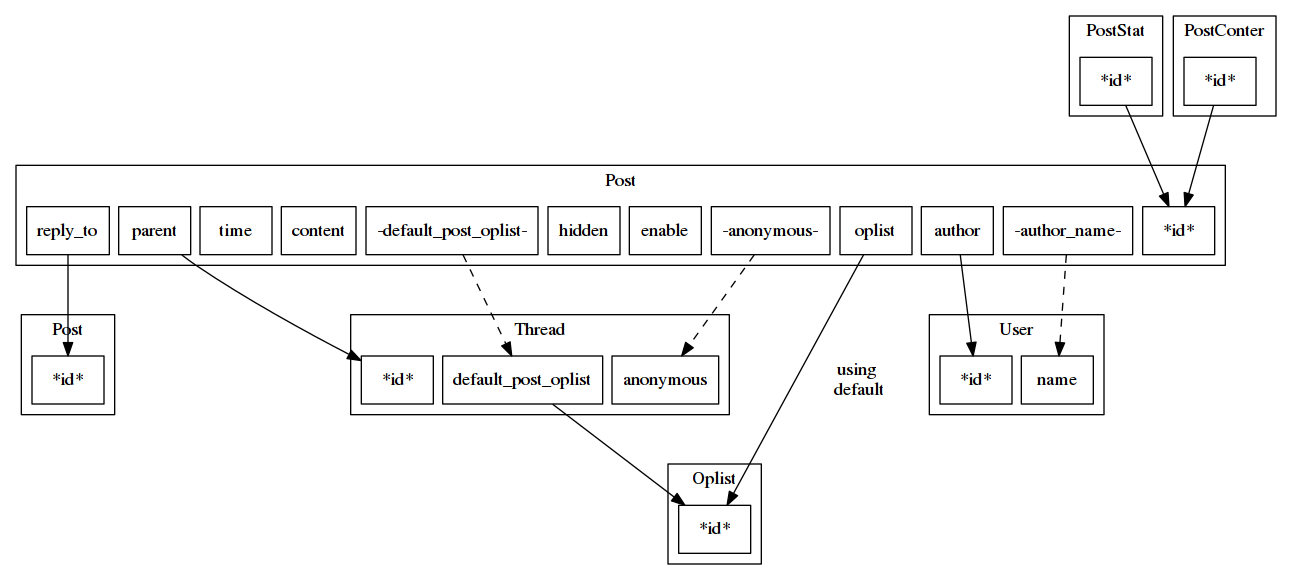
Earlier version of the Graphviz export pages/graph/erd/posts.png (cc98-frontend-development/API). Its source is kept beside it as pages/graph/erd/posts.dot.
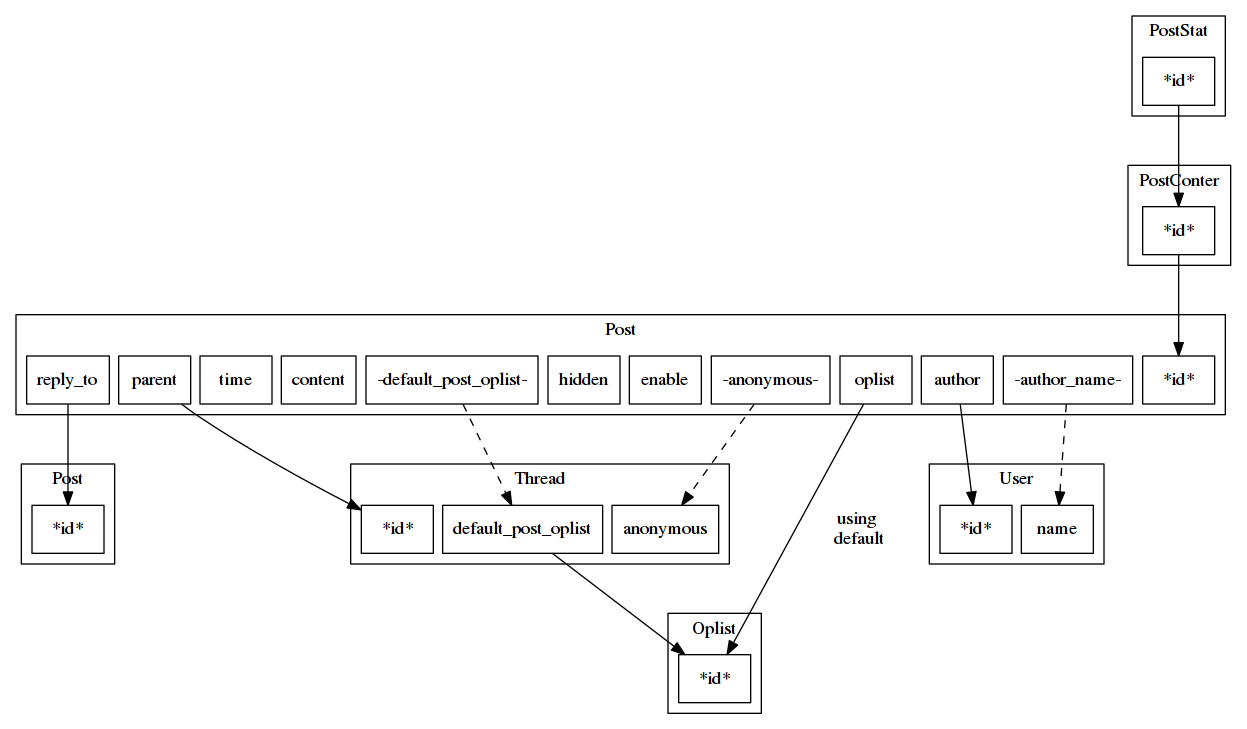
After the commit.

Commit message:
update resources_stats_posts postcounters.dot

Diff of the diagram source:
```diff
@@ -63,6 +63,6 @@
 
 	node_a_thread_default_post_oplist -> node_a_oplist_id;
 
-	node_a_post_stat_id -> node_a_post_id;
+	node_a_post_stat_id -> node_a_post_counter_id;
 	node_a_post_counter_id -> node_a_post_id;
 }
```
